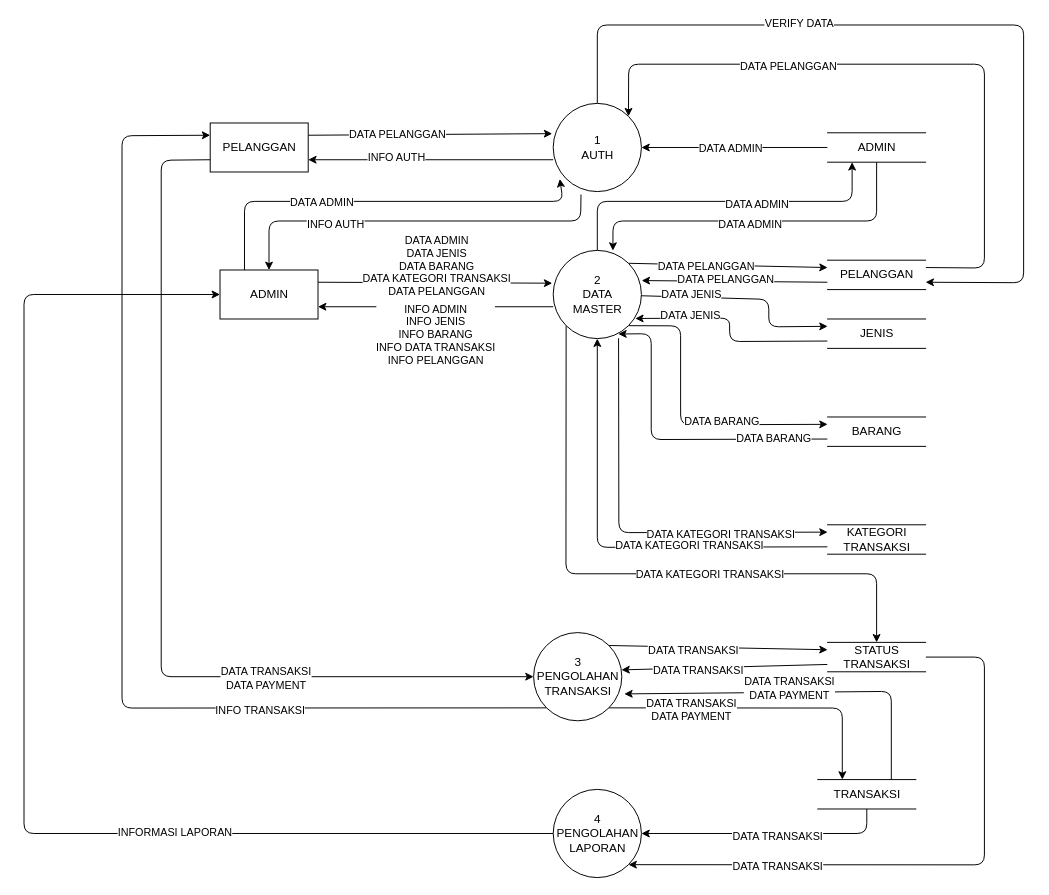
Before: page "DAD 1" (4 of 8) of schemas/architectureS.drawio in xcodediehard/project_guruh, a draw.io diagram. Source tidied: cells renumbered, new cells numbered last; positions are measured from the earlier drawing's top-left corner, leaving out a move shared by most shapes. Both pictures are drawn from the tidied source at 98%, with x=0, y=0 at pixel (24, 24).
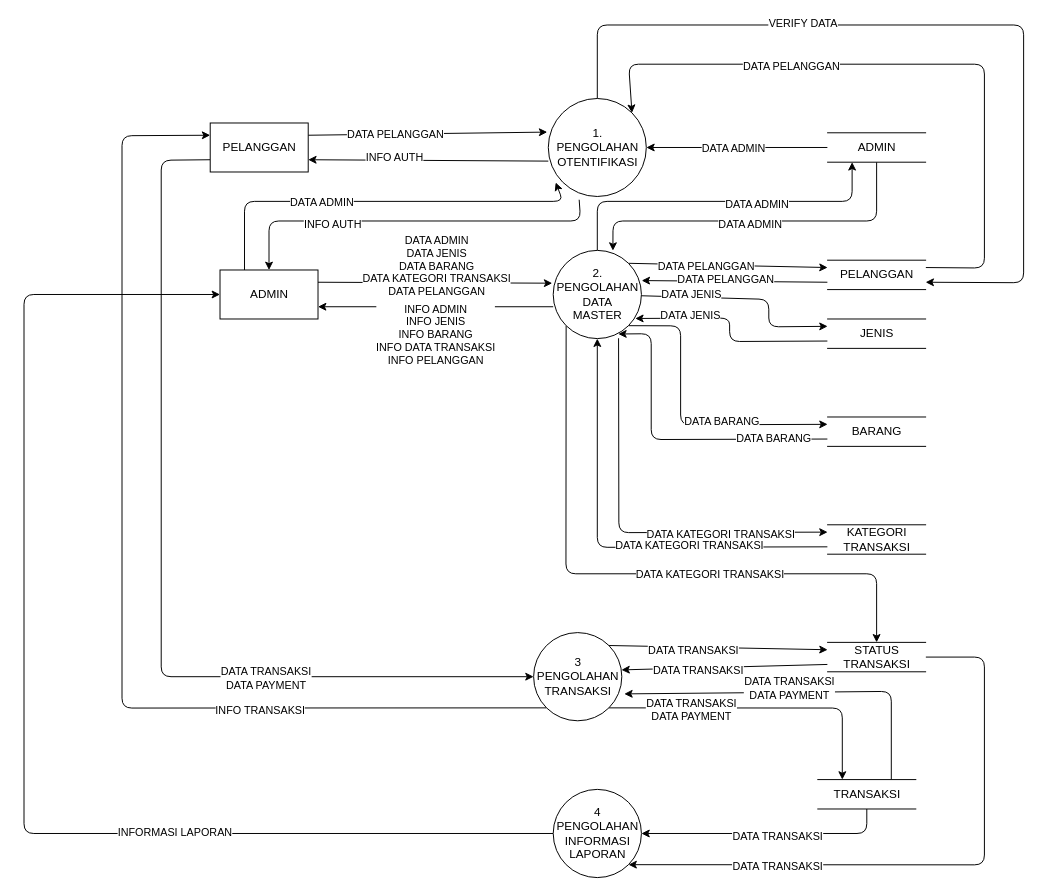
After the change.

The edit, as a diff of the source:
```diff
@@
-    <mxCell id="13" value="1&lt;br&gt;AUTH" style="shape=ellipse;html=1;dashed=0;whitespace=wrap;perimeter=ellipsePerimeter;" parent="1" vertex="1">
-      <mxGeometry x="540" y="80" width="90" height="90" as="geometry" />
+    <mxCell id="13" value="1.&lt;br&gt;PENGOLAHAN&lt;br&gt;OTENTIFIKASI" style="shape=ellipse;html=1;dashed=0;whitespace=wrap;perimeter=ellipsePerimeter;" parent="1" vertex="1">
+      <mxGeometry x="535" y="75" width="100" height="100" as="geometry" />
     </mxCell>
@@
-    <mxCell id="28" value="2&lt;br&gt;DATA&lt;br&gt;MASTER" style="shape=ellipse;html=1;dashed=0;whitespace=wrap;perimeter=ellipsePerimeter;" parent="1" vertex="1">
+    <mxCell id="28" value="2.&lt;br&gt;PENGOLAHAN&lt;br&gt;DATA&lt;br&gt;MASTER" style="shape=ellipse;html=1;dashed=0;whitespace=wrap;perimeter=ellipsePerimeter;" parent="1" vertex="1">
       <mxGeometry x="540" y="230" width="90" height="90" as="geometry" />
     </mxCell>
@@
-    <mxCell id="38" value="4&lt;br&gt;PENGOLAHAN&lt;br&gt;LAPORAN" style="shape=ellipse;html=1;dashed=0;whitespace=wrap;perimeter=ellipsePerimeter;" parent="1" vertex="1">
+    <mxCell id="38" value="4&lt;br&gt;PENGOLAHAN&lt;br&gt;INFORMASI&lt;br&gt;LAPORAN" style="shape=ellipse;html=1;dashed=0;whitespace=wrap;perimeter=ellipsePerimeter;" parent="1" vertex="1">
       <mxGeometry x="540" y="780" width="90" height="90" as="geometry" />
     </mxCell>
```
